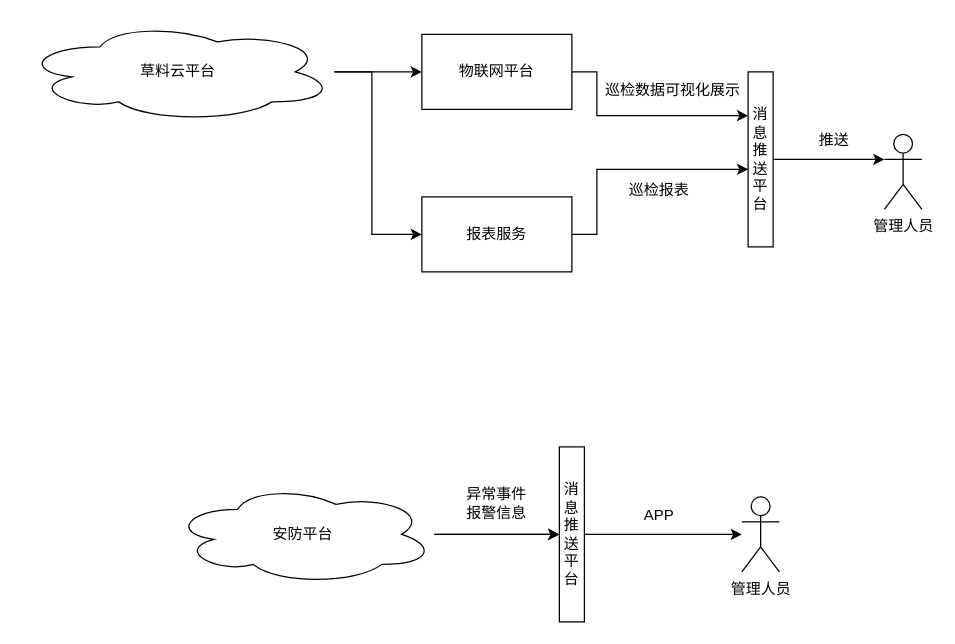
Earlier version of the draw.io diagram 11.drawio (uion-080/base-dao1). Source tidied: cells renumbered, new cells numbered last; positions are measured from the earlier drawing's top-left corner, leaving out a move shared by most shapes. Both pictures are drawn from the tidied source at 125%, with x=0, y=0 at pixel (21, 21).
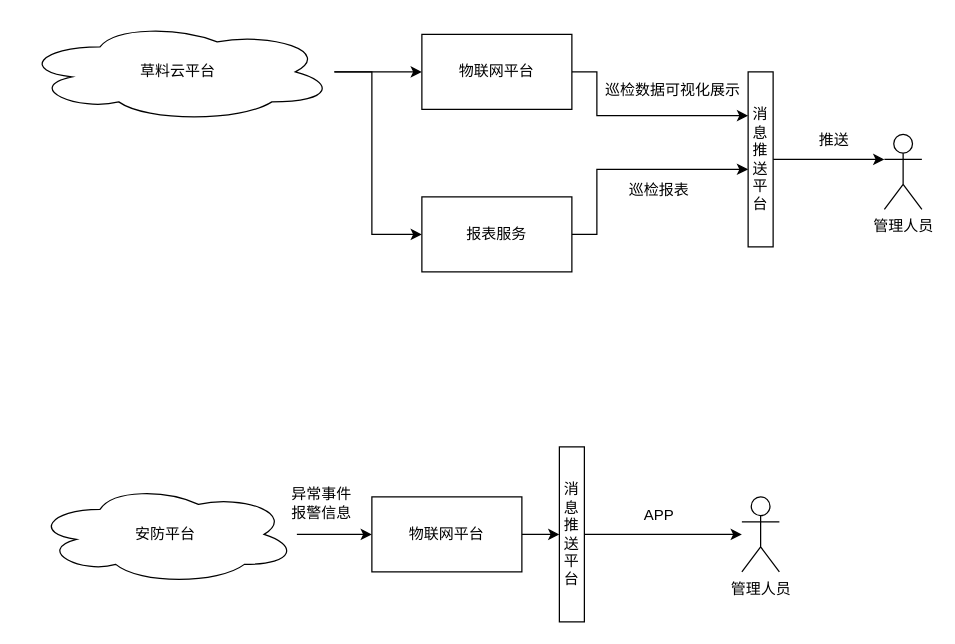
Above is the later version.

The change refers to these unchanged cells:
```xml
<mxCell id="19" value="消息推送平台" style="rounded=0;whiteSpace=wrap;html=1;" parent="1" vertex="1">
  <mxGeometry x="430" y="340" width="20" height="140" as="geometry" />
</mxCell>
```

Diff of the diagram source:
```diff
@@
-    <mxCell id="15" style="edgeStyle=orthogonalEdgeStyle;rounded=0;jettySize=auto;html=1;entryX=0;entryY=0.5;entryDx=0;entryDy=0;" parent="1" edge="1" source="17" target="19">
-      <mxGeometry relative="1" as="geometry" />
-    </mxCell>
-    <mxCell id="16" style="edgeStyle=orthogonalEdgeStyle;rounded=0;jettySize=auto;html=1;" parent="1" edge="1" source="17" target="19">
-      <mxGeometry relative="1" as="geometry" />
-    </mxCell>
+    <mxCell id="23" style="edgeStyle=orthogonalEdgeStyle;rounded=0;jettySize=auto;html=1;entryX=0;entryY=0.5;entryDx=0;entryDy=0;" parent="1" edge="1" source="17" target="25">
+      <mxGeometry relative="1" as="geometry" />
+    </mxCell>
     <mxCell id="17" value="安防平台" style="ellipse;shape=cloud;whiteSpace=wrap;html=1;" parent="1" vertex="1">
-      <mxGeometry x="120" y="370" width="210" height="80" as="geometry" />
+      <mxGeometry x="10" y="370" width="210" height="80" as="geometry" />
     </mxCell>
@@
     <mxCell id="21" value="异常事件报警信息" style="text;strokeColor=none;align=center;fillColor=none;html=1;verticalAlign=middle;whiteSpace=wrap;rounded=0;" parent="1" vertex="1">
-      <mxGeometry x="350" y="370" width="60" height="30" as="geometry" />
+      <mxGeometry x="210" y="370" width="60" height="30" as="geometry" />
     </mxCell>
@@
+    <mxCell id="24" style="edgeStyle=orthogonalEdgeStyle;rounded=0;jettySize=auto;html=1;" parent="1" edge="1" source="25" target="19">
+      <mxGeometry relative="1" as="geometry" />
+    </mxCell>
+    <mxCell id="25" value="物联网平台" style="rounded=0;whiteSpace=wrap;html=1;" parent="1" vertex="1">
+      <mxGeometry x="280" y="380" width="120" height="60" as="geometry" />
+    </mxCell>
```
